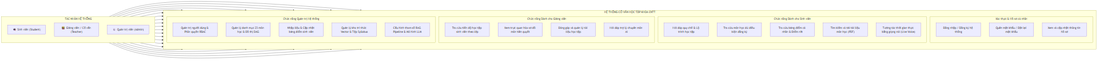
Before: Report/image/so_do_usecase_he_thong.png, a diagram exported from Mermaid (hoclaptrinh33/it_student_chatbot). Its source is kept beside it as Report/diagrams/so_do_usecase_he_thong.mmd. The source it was exported from:
```mermaid
flowchart LR
    subgraph ACTORS["TÁC NHÂN HỆ THỐNG"]
        direction TB
        SV["🎓 Sinh viên (Student)"]
        GV["👨‍🏫 Giảng viên / Cố vấn (Teacher)"]
        AD["⚙️ Quản trị viên (Admin)"]
    end

    subgraph SYSTEM["HỆ THỐNG CỐ VẤN HỌC TẬP KHOA CNTT"]
        direction TB

        subgraph UC_AUTH["Xác thực & Hồ sơ cá nhân"]
            UC1["Đăng nhập / Đăng ký hệ thống"]
            UC2["Quên mật khẩu / Đặt lại mật khẩu"]
            UC3["Xem và cập nhật thông tin hồ sơ"]
        end

        subgraph UC_STUDENT["Chức năng Dành cho Sinh viên"]
            UC4["Hỏi đáp quy chế & Lộ trình học tập"]
            UC5["Tra cứu môn học đủ điều kiện đăng ký"]
            UC6["Tra cứu bảng điểm cá nhân & Điểm rớt"]
            UC7["Tìm kiếm và tải tài liệu môn học (PDF)"]
            UC8["Tương tác thời gian thực bằng giọng nói (Live Voice)"]
        end

        subgraph UC_TEACHER["Chức năng Dành cho Giảng viên"]
            UC9["Tra cứu tiến độ học tập sinh viên theo lớp"]
            UC10["Xem trực quan hóa sơ đồ môn tiên quyết"]
            UC11["Đóng góp và quản lý tài liệu học tập"]
            UC12["Hỏi đáp trợ lý chuyên môn AI"]
        end

        subgraph UC_ADMIN["Chức năng Quản trị Hệ thống"]
            UC13["Quản trị người dùng & Phân quyền RBAC"]
            UC14["Quản lý danh mục 23 môn học & Đồ thị DAG"]
            UC15["Nhập liệu & Cập nhật bảng điểm sinh viên"]
            UC16["Quản lý kho tri thức Vector & Tệp Syllabus"]
            UC17["Cấu hình tham số RAG Pipeline & Mô hình LLM"]
        end
    end

    SV --> UC1
    SV --> UC2
    SV --> UC3
    SV --> UC4
    SV --> UC5
    SV --> UC6
    SV --> UC7
    SV --> UC8

    GV --> UC1
    GV --> UC3
    GV --> UC9
    GV --> UC10
    GV --> UC11
    GV --> UC12

    AD --> UC1
    AD --> UC3
    AD --> UC13
    AD --> UC14
    AD --> UC15
    AD --> UC16
    AD --> UC17
```
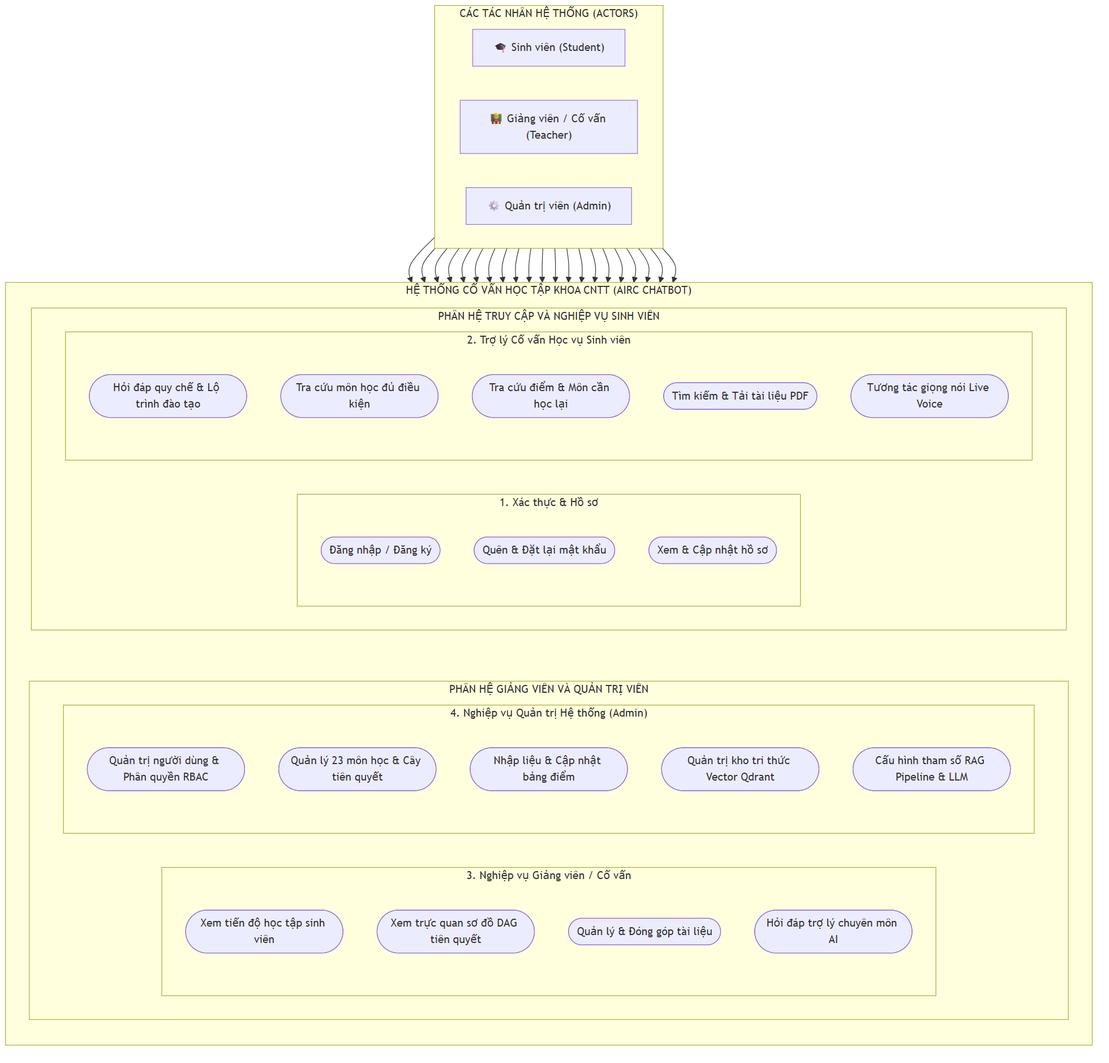
The same diagram one commit later.

Change to the diagram source:
```diff
@@ -1,43 +1,54 @@
-flowchart LR
-    subgraph ACTORS["TÁC NHÂN HỆ THỐNG"]
-        direction TB
+flowchart TB
+    subgraph ACTORS["CÁC TÁC NHÂN HỆ THỐNG (ACTORS)"]
+        direction LR
         SV["🎓 Sinh viên (Student)"]
         GV["👨‍🏫 Giảng viên / Cố vấn (Teacher)"]
         AD["⚙️ Quản trị viên (Admin)"]
     end
 
-    subgraph SYSTEM["HỆ THỐNG CỐ VẤN HỌC TẬP KHOA CNTT"]
+    subgraph SYSTEM["HỆ THỐNG CỐ VẤN HỌC TẬP KHOA CNTT (AIRC CHATBOT)"]
         direction TB
 
-        subgraph UC_AUTH["Xác thực & Hồ sơ cá nhân"]
-            UC1["Đăng nhập / Đăng ký hệ thống"]
-            UC2["Quên mật khẩu / Đặt lại mật khẩu"]
-            UC3["Xem và cập nhật thông tin hồ sơ"]
+        subgraph ROW1["PHÂN HỆ TRUY CẬP VÀ NGHIỆP VỤ SINH VIÊN"]
+            direction LR
+            subgraph G1["1. Xác thực & Hồ sơ"]
+                direction TB
+                UC1(["Đăng nhập / Đăng ký"])
+                UC2(["Quên & Đặt lại mật khẩu"])
+                UC3(["Xem & Cập nhật hồ sơ"])
+            end
+            subgraph G2["2. Trợ lý Cố vấn Học vụ Sinh viên"]
+                direction TB
+                UC4(["Hỏi đáp quy chế & Lộ trình đào tạo"])
+                UC5(["Tra cứu môn học đủ điều kiện"])
+                UC6(["Tra cứu điểm & Môn cần học lại"])
+                UC7(["Tìm kiếm & Tải tài liệu PDF"])
+                UC8(["Tương tác giọng nói Live Voice"])
+            end
         end
 
-        subgraph UC_STUDENT["Chức năng Dành cho Sinh viên"]
-            UC4["Hỏi đáp quy chế & Lộ trình học tập"]
-            UC5["Tra cứu môn học đủ điều kiện đăng ký"]
-            UC6["Tra cứu bảng điểm cá nhân & Điểm rớt"]
-            UC7["Tìm kiếm và tải tài liệu môn học (PDF)"]
-            UC8["Tương tác thời gian thực bằng giọng nói (Live Voice)"]
-        end
-
-        subgraph UC_TEACHER["Chức năng Dành cho Giảng viên"]
-            UC9["Tra cứu tiến độ học tập sinh viên theo lớp"]
-            UC10["Xem trực quan hóa sơ đồ môn tiên quyết"]
-            UC11["Đóng góp và quản lý tài liệu học tập"]
-            UC12["Hỏi đáp trợ lý chuyên môn AI"]
-        end
-
-        subgraph UC_ADMIN["Chức năng Quản trị Hệ thống"]
-            UC13["Quản trị người dùng & Phân quyền RBAC"]
-            UC14["Quản lý danh mục 23 môn học & Đồ thị DAG"]
-            UC15["Nhập liệu & Cập nhật bảng điểm sinh viên"]
-            UC16["Quản lý kho tri thức Vector & Tệp Syllabus"]
-            UC17["Cấu hình tham số RAG Pipeline & Mô hình LLM"]
+        subgraph ROW2["PHÂN HỆ GIẢNG VIÊN VÀ QUẢN TRỊ VIÊN"]
+            direction LR
+            subgraph G3["3. Nghiệp vụ Giảng viên / Cố vấn"]
+                direction TB
+                UC9(["Xem tiến độ học tập sinh viên"])
+                UC10(["Xem trực quan sơ đồ DAG tiên quyết"])
+                UC11(["Quản lý & Đóng góp tài liệu"])
+                UC12(["Hỏi đáp trợ lý chuyên môn AI"])
+            end
+            subgraph G4["4. Nghiệp vụ Quản trị Hệ thống (Admin)"]
+                direction TB
+                UC13(["Quản trị người dùng & Phân quyền RBAC"])
+                UC14(["Quản lý 23 môn học & Cây tiên quyết"])
+                UC15(["Nhập liệu & Cập nhật bảng điểm"])
+                UC16(["Quản trị kho tri thức Vector Qdrant"])
+                UC17(["Cấu hình tham số RAG Pipeline & LLM"])
+            end
         end
     end
+
+    ACTORS ~~~ SYSTEM
+    ROW1 ~~~ ROW2
 
     SV --> UC1
     SV --> UC2
```
